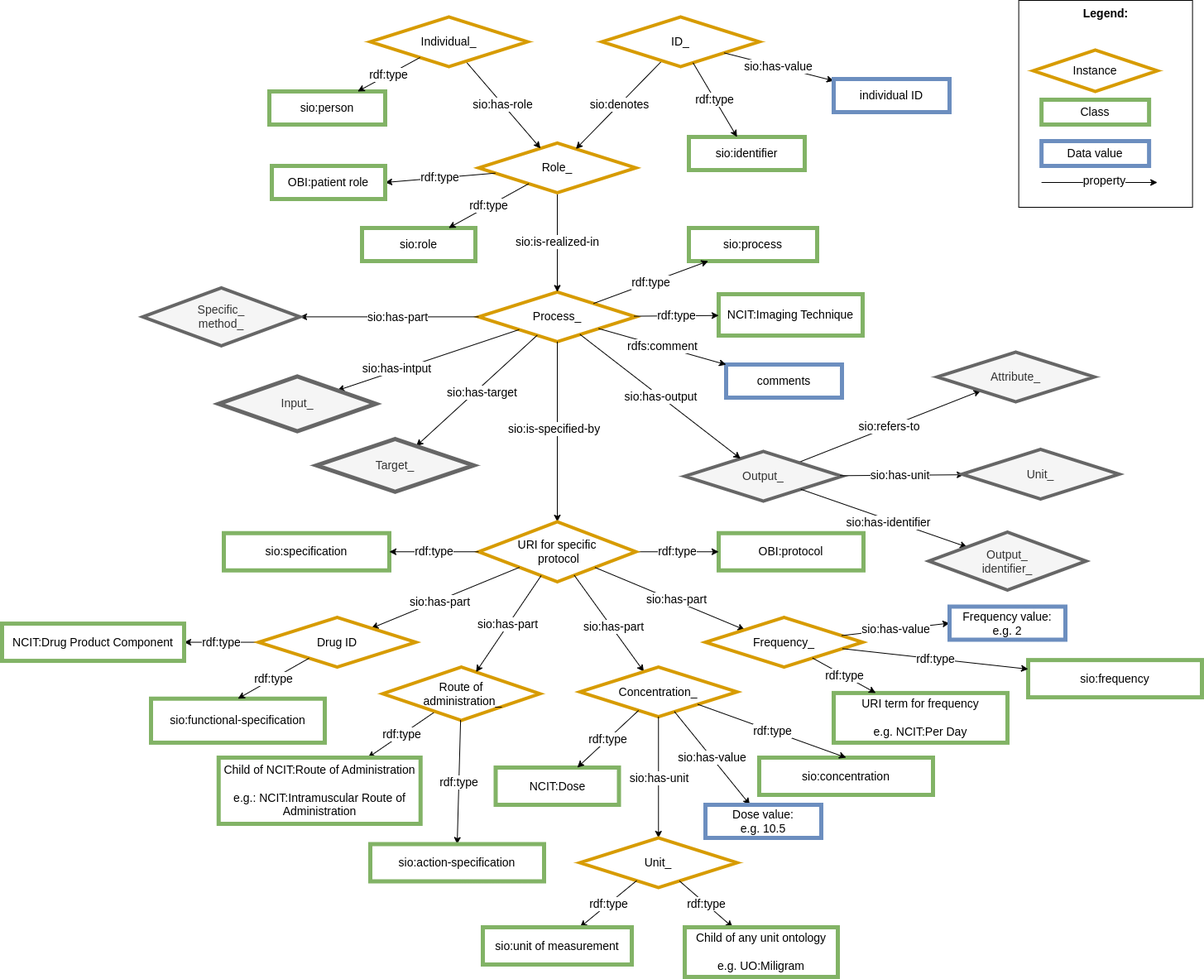
The draw.io diagram images/CARE-SM-Medication.png in CARE-SM/CARE-Semantic-Model, before a commit. Source tidied: cells renumbered, new cells last; positions are measured from the earlier drawing's top-left corner, leaving out a move shared by most shapes.
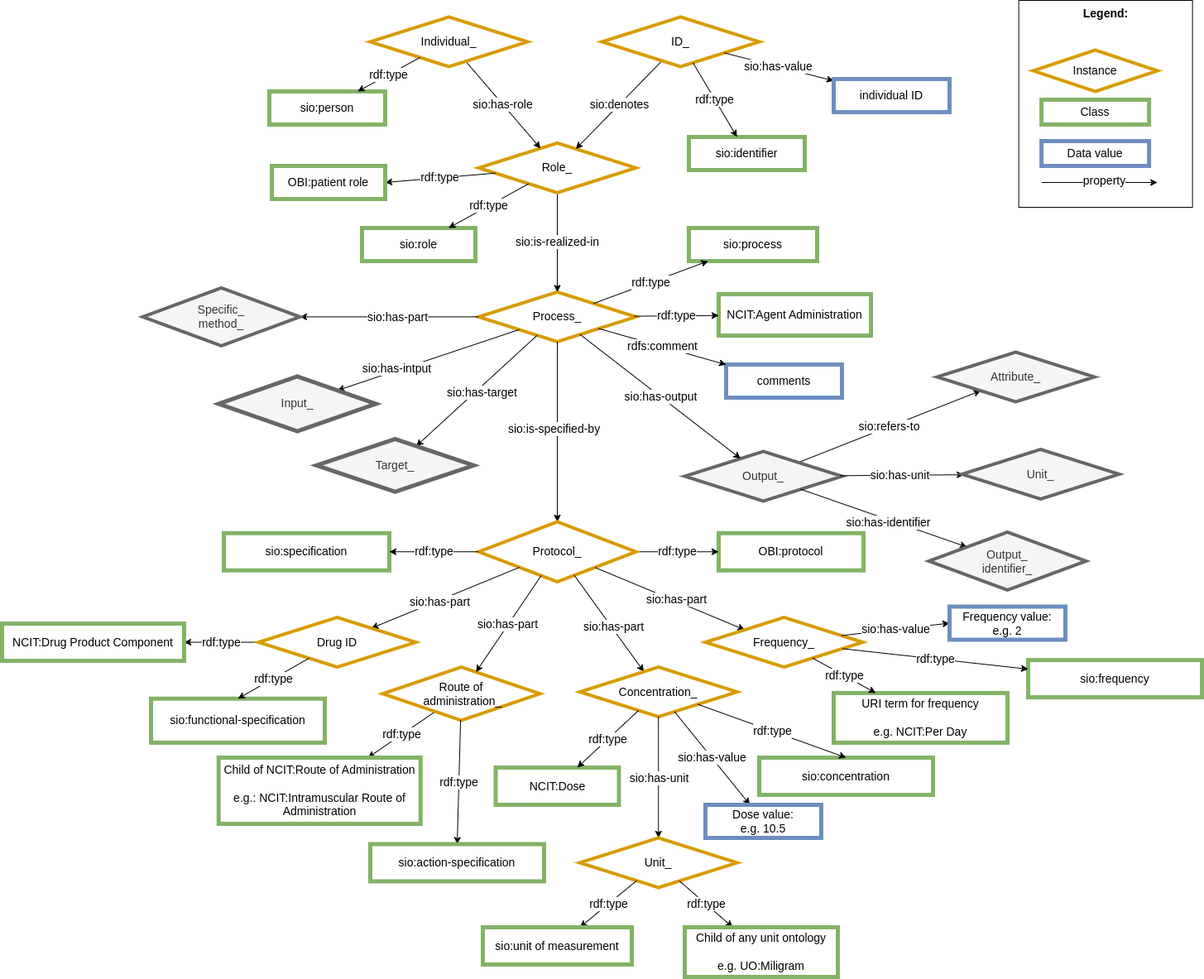
After the commit.

The edit, as a diff of the source:
```diff
@@ -146,8 +146,8 @@
     <mxCell id="44" value="individual ID" style="whiteSpace=wrap;html=1;fillColor=#FFFFFF;strokeColor=#6c8ebf;strokeWidth=5;fontSize=14;" parent="1" vertex="1">
       <mxGeometry x="1005" y="95" width="140" height="40" as="geometry" />
     </mxCell>
-    <mxCell id="45" value="NCIT:Imaging Technique" style="whiteSpace=wrap;html=1;fillColor=#FFFFFF;strokeColor=#82b366;strokeWidth=5;fontSize=14;" parent="1" vertex="1">
-      <mxGeometry x="866" y="355" width="174" height="50" as="geometry" />
+    <mxCell id="45" value="NCIT:Agent Administration" style="whiteSpace=wrap;html=1;fillColor=#FFFFFF;strokeColor=#82b366;strokeWidth=5;fontSize=14;" parent="1" vertex="1">
+      <mxGeometry x="866" y="355" width="184" height="50" as="geometry" />
     </mxCell>
     <mxCell id="46" value="rdf:type" style="edgeStyle=none;rounded=0;jettySize=auto;html=1;fontSize=14;" parent="1" edge="1" source="8" target="45">
       <mxGeometry relative="1" as="geometry" />
@@ -185,7 +185,7 @@
     <mxCell id="57" value="Route of&lt;div style=&quot;font-size: 14px;&quot;&gt;&amp;nbsp;administration_&lt;/div&gt;" style="rhombus;whiteSpace=wrap;html=1;fillColor=#FFFFFF;strokeColor=#D79B00;perimeter=rhombusPerimeter;arcSize=20;comic=0;enumerate=0;strokeWidth=4;rounded=0;fontSize=14;" parent="1" vertex="1">
       <mxGeometry x="460" y="805.6" width="190" height="64.4" as="geometry" />
     </mxCell>
-    <mxCell id="58" value="URI for specific&lt;div&gt;&amp;nbsp;protocol&lt;/div&gt;" style="rhombus;whiteSpace=wrap;html=1;fillColor=#FFFFFF;strokeColor=#D79B00;perimeter=rhombusPerimeter;arcSize=20;comic=0;enumerate=0;strokeWidth=4;rounded=0;fontSize=14;" parent="1" vertex="1">
+    <mxCell id="58" value="Protocol_" style="rhombus;whiteSpace=wrap;html=1;fillColor=#FFFFFF;strokeColor=#D79B00;perimeter=rhombusPerimeter;arcSize=20;comic=0;enumerate=0;strokeWidth=4;rounded=0;fontSize=14;" parent="1" vertex="1">
       <mxGeometry x="576" y="630" width="190" height="72.5" as="geometry" />
     </mxCell>
     <mxCell id="59" style="edgeStyle=none;rounded=0;jettySize=auto;html=1;fontSize=14;" parent="1" edge="1" source="58" target="57">
```
